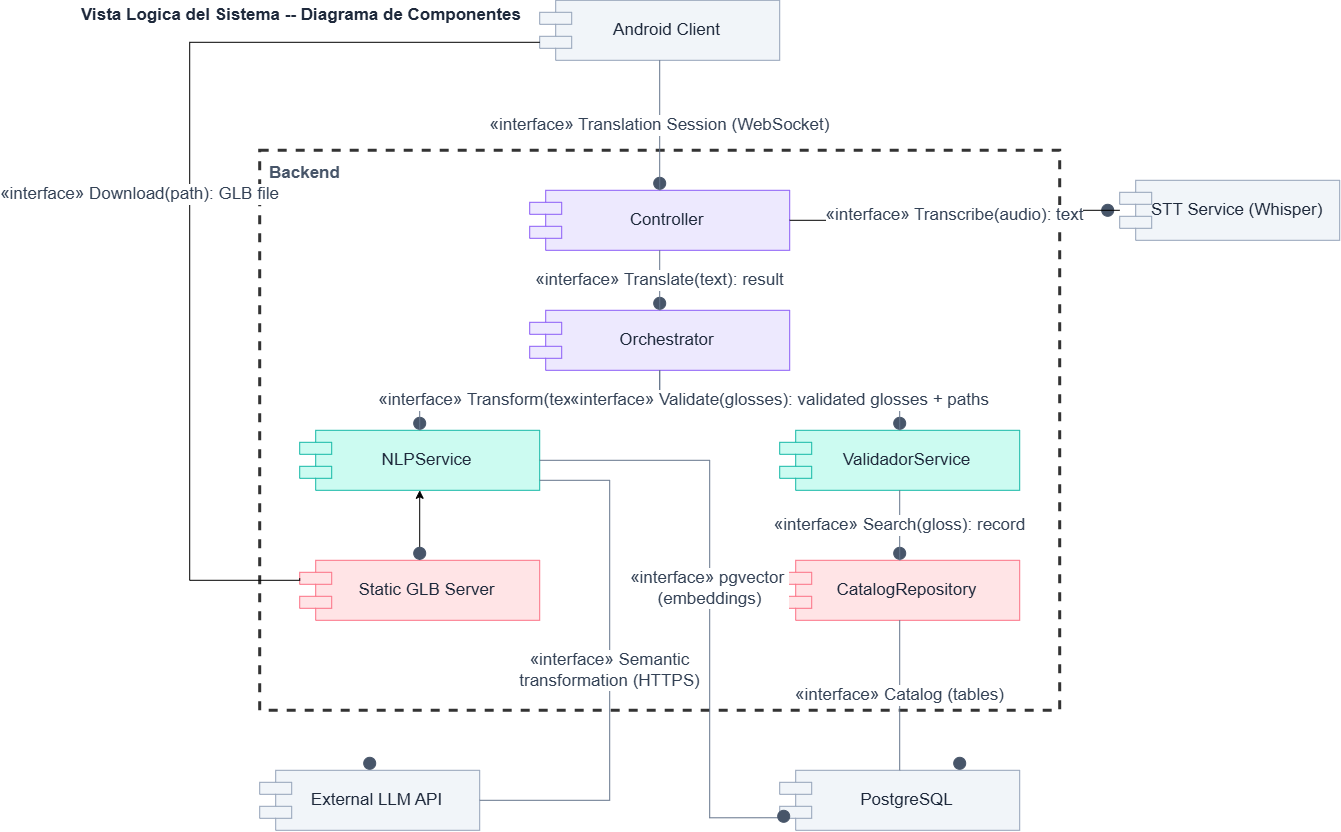
Earlier version of the draw.io export docs/diagrams/sdd-6.1-vista-logica-componentes.drawio.png (sign-ai-organization/signall-backend). Source tidied: cells renumbered, new cells last; positions are measured from the earlier drawing's top-left corner, leaving out a move shared by most shapes.
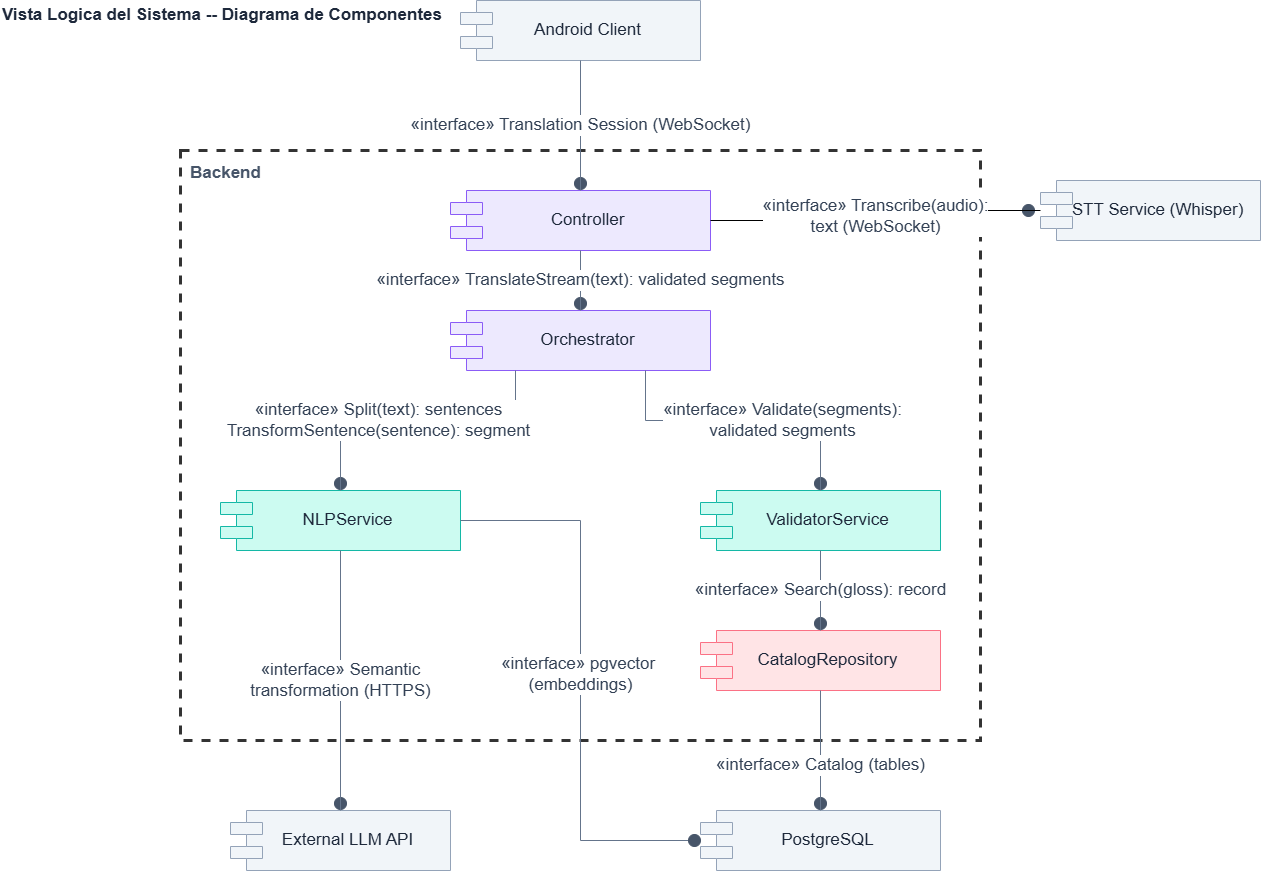
After the commit.

Diff of the diagram source:
```diff
@@ -6,7 +6,7 @@
       <mxGeometry width="700" height="30" as="geometry" />
     </mxCell>
     <mxCell id="3" value="&lt;font&gt;Backend&amp;nbsp;&lt;/font&gt;" style="rounded=0;whiteSpace=wrap;html=1;fillColor=none;strokeColor=#000000;dashed=1;verticalAlign=top;align=left;fontSize=17;fontStyle=1;fontColor=#475569;spacingLeft=8;spacingTop=6;strokeWidth=3;opacity=80;" parent="1" vertex="1">
-      <mxGeometry x="180" y="150" width="800" height="560" as="geometry" />
+      <mxGeometry x="180" y="150" width="800" height="590" as="geometry" />
     </mxCell>
     <mxCell id="4" value="&lt;font&gt;Android Client&lt;/font&gt;" style="rounded=0;whiteSpace=wrap;html=1;shape=component;align=center;verticalAlign=middle;spacingLeft=15;fontSize=17;fontColor=#1e293b;fillColor=#f1f5f9;strokeColor=#94a3b8;" parent="1" vertex="1">
       <mxGeometry x="460" width="240" height="60" as="geometry" />
@@ -15,10 +15,10 @@
       <mxGeometry x="1040" y="180" width="220" height="60" as="geometry" />
     </mxCell>
     <mxCell id="6" value="&lt;font&gt;External LLM API&lt;/font&gt;" style="rounded=0;whiteSpace=wrap;html=1;shape=component;align=center;verticalAlign=middle;spacingLeft=15;fontSize=17;fontColor=#1e293b;fillColor=#f1f5f9;strokeColor=#94a3b8;" parent="1" vertex="1">
-      <mxGeometry x="180" y="770" width="220" height="60" as="geometry" />
+      <mxGeometry x="230" y="810" width="220" height="60" as="geometry" />
     </mxCell>
     <mxCell id="7" value="&lt;font&gt;PostgreSQL&lt;/font&gt;" style="rounded=0;whiteSpace=wrap;html=1;shape=component;align=center;verticalAlign=middle;spacingLeft=15;fontSize=17;fontColor=#1e293b;fillColor=#f1f5f9;strokeColor=#94a3b8;" parent="1" vertex="1">
-      <mxGeometry x="700" y="770" width="240" height="60" as="geometry" />
+      <mxGeometry x="700" y="810" width="240" height="60" as="geometry" />
     </mxCell>
     <mxCell id="8" value="&lt;font&gt;Controller&lt;/font&gt;" style="rounded=0;whiteSpace=wrap;html=1;shape=component;align=center;verticalAlign=middle;spacingLeft=15;fontSize=17;fontColor=#1e293b;fillColor=#ede9fe;strokeColor=#8b5cf6;" parent="1" vertex="1">
       <mxGeometry x="450" y="190" width="260" height="60" as="geometry" />
@@ -27,19 +27,13 @@
       <mxGeometry x="450" y="310" width="260" height="60" as="geometry" />
     </mxCell>
     <mxCell id="10" value="&lt;font&gt;NLPService&lt;/font&gt;" style="rounded=0;whiteSpace=wrap;html=1;shape=component;align=center;verticalAlign=middle;spacingLeft=15;fontSize=17;fontColor=#1e293b;fillColor=#ccfbf1;strokeColor=#14b8a6;" parent="1" vertex="1">
-      <mxGeometry x="220" y="430" width="240" height="60" as="geometry" />
+      <mxGeometry x="220" y="490" width="240" height="60" as="geometry" />
     </mxCell>
-    <mxCell id="11" value="&lt;font&gt;ValidadorService&lt;/font&gt;" style="rounded=0;whiteSpace=wrap;html=1;shape=component;align=center;verticalAlign=middle;spacingLeft=15;fontSize=17;fontColor=#1e293b;fillColor=#ccfbf1;strokeColor=#14b8a6;" parent="1" vertex="1">
-      <mxGeometry x="700" y="430" width="240" height="60" as="geometry" />
+    <mxCell id="11" value="&lt;font&gt;ValidatorService&lt;/font&gt;" style="rounded=0;whiteSpace=wrap;html=1;shape=component;align=center;verticalAlign=middle;spacingLeft=15;fontSize=17;fontColor=#1e293b;fillColor=#ccfbf1;strokeColor=#14b8a6;" parent="1" vertex="1">
+      <mxGeometry x="700" y="490" width="240" height="60" as="geometry" />
     </mxCell>
-    <mxCell id="12" style="edgeStyle=orthogonalEdgeStyle;rounded=0;jettySize=auto;html=1;fontSize=17;" parent="1" edge="1" source="13" target="10">
-      <mxGeometry relative="1" as="geometry" />
-    </mxCell>
-    <mxCell id="13" value="&lt;font&gt;Static GLB Server&lt;/font&gt;" style="rounded=0;whiteSpace=wrap;html=1;shape=component;align=center;verticalAlign=middle;spacingLeft=15;fontSize=17;fontColor=#1e293b;fillColor=#ffe4e6;strokeColor=#fb7185;" parent="1" vertex="1">
-      <mxGeometry x="220" y="560" width="240" height="60" as="geometry" />
-    </mxCell>
     <mxCell id="14" value="&lt;font&gt;CatalogRepository&lt;/font&gt;" style="rounded=0;whiteSpace=wrap;html=1;shape=component;align=center;verticalAlign=middle;spacingLeft=15;fontSize=17;fontColor=#1e293b;fillColor=#ffe4e6;strokeColor=#fb7185;" parent="1" vertex="1">
-      <mxGeometry x="700" y="560" width="240" height="60" as="geometry" />
+      <mxGeometry x="700" y="630" width="240" height="60" as="geometry" />
     </mxCell>
     <mxCell id="15" style="ellipse;whiteSpace=wrap;html=1;fillColor=#475569;strokeColor=#475569;fontSize=17;" parent="1" vertex="1">
       <mxGeometry x="574" y="177" width="12" height="12" as="geometry" />
@@ -51,71 +45,68 @@
       <mxGeometry x="574" y="297" width="12" height="12" as="geometry" />
     </mxCell>
     <mxCell id="18" style="ellipse;whiteSpace=wrap;html=1;fillColor=#475569;strokeColor=#475569;fontSize=17;" parent="1" vertex="1">
-      <mxGeometry x="334" y="417" width="12" height="12" as="geometry" />
+      <mxGeometry x="334" y="477" width="12" height="12" as="geometry" />
     </mxCell>
     <mxCell id="19" style="ellipse;whiteSpace=wrap;html=1;fillColor=#475569;strokeColor=#475569;fontSize=17;" parent="1" vertex="1">
-      <mxGeometry x="814" y="417" width="12" height="12" as="geometry" />
+      <mxGeometry x="814" y="477" width="12" height="12" as="geometry" />
     </mxCell>
     <mxCell id="20" style="ellipse;whiteSpace=wrap;html=1;fillColor=#475569;strokeColor=#475569;fontSize=17;" parent="1" vertex="1">
-      <mxGeometry x="814" y="547" width="12" height="12" as="geometry" />
+      <mxGeometry x="814" y="617" width="12" height="12" as="geometry" />
     </mxCell>
-    <mxCell id="21" style="ellipse;whiteSpace=wrap;html=1;fillColor=#475569;strokeColor=#475569;fontSize=17;" parent="1" vertex="1">
-      <mxGeometry x="334" y="547" width="12" height="12" as="geometry" />
-    </mxCell>
     <mxCell id="22" style="ellipse;whiteSpace=wrap;html=1;fillColor=#475569;strokeColor=#475569;fontSize=17;" parent="1" vertex="1">
-      <mxGeometry x="874" y="757" width="12" height="12" as="geometry" />
+      <mxGeometry x="814" y="797" width="12" height="12" as="geometry" />
     </mxCell>
     <mxCell id="23" style="ellipse;whiteSpace=wrap;html=1;fillColor=#475569;strokeColor=#475569;fontSize=17;" parent="1" vertex="1">
-      <mxGeometry x="284" y="757" width="12" height="12" as="geometry" />
+      <mxGeometry x="334" y="797" width="12" height="12" as="geometry" />
     </mxCell>
     <mxCell id="24" value="&lt;font&gt;«interface» Translation Session (WebSocket)&lt;/font&gt;" style="edgeStyle=orthogonalEdgeStyle;rounded=0;html=1;endArrow=none;startArrow=none;strokeColor=#64748b;fontSize=17;fontColor=#334155;labelBackgroundColor=#ffffff;align=center;verticalAlign=middle;" parent="1" edge="1" source="8" target="4">
       <mxGeometry relative="1" as="geometry" />
     </mxCell>
-    <mxCell id="25" value="&lt;font&gt;«interface» Transcribe(audio): text&lt;/font&gt;" style="edgeStyle=orthogonalEdgeStyle;rounded=0;html=1;endArrow=none;startArrow=none;strokeColor=#000000;fontSize=17;fontColor=#334155;labelBackgroundColor=#ffffff;align=center;verticalAlign=middle;" parent="1" edge="1" source="5" target="8">
+    <mxCell id="25" value="«interface» Transcribe(audio):&lt;br&gt;text (WebSocket)" style="edgeStyle=orthogonalEdgeStyle;rounded=0;html=1;endArrow=none;startArrow=none;strokeColor=#000000;fontSize=17;fontColor=#334155;labelBackgroundColor=#ffffff;align=center;verticalAlign=middle;" parent="1" edge="1" source="5" target="8">
       <mxGeometry relative="1" as="geometry" />
     </mxCell>
-    <mxCell id="26" value="&lt;span&gt;«interface» Translate(text): result&lt;/span&gt;" style="edgeStyle=orthogonalEdgeStyle;rounded=0;html=1;endArrow=none;startArrow=none;strokeColor=#64748b;fontSize=17;fontColor=#334155;labelBackgroundColor=#ffffff;align=center;verticalAlign=middle;" parent="1" edge="1" source="9" target="8">
+    <mxCell id="26" value="«interface» TranslateStream(text): validated segments" style="edgeStyle=orthogonalEdgeStyle;rounded=0;html=1;endArrow=none;startArrow=none;strokeColor=#64748b;fontSize=17;fontColor=#334155;labelBackgroundColor=#ffffff;align=center;verticalAlign=middle;" parent="1" edge="1" source="9" target="8">
       <mxGeometry relative="1" as="geometry" />
     </mxCell>
-    <mxCell id="27" value="&lt;span&gt;«interface» Transform(text): glosses + type&lt;/span&gt;" style="edgeStyle=orthogonalEdgeStyle;rounded=0;html=1;endArrow=none;startArrow=none;strokeColor=#64748b;fontSize=17;fontColor=#334155;labelBackgroundColor=#ffffff;align=center;verticalAlign=middle;" parent="1" edge="1" source="10" target="9">
-      <mxGeometry relative="1" as="geometry" />
+    <mxCell id="27" value="«interface» Split(text): sentences&lt;br&gt;TransformSentence(sentence): segment" style="edgeStyle=orthogonalEdgeStyle;rounded=0;html=1;endArrow=none;startArrow=none;strokeColor=#64748b;fontSize=17;fontColor=#334155;labelBackgroundColor=#ffffff;align=center;verticalAlign=middle;exitX=0.5;exitY=0;exitDx=0;exitDy=0;entryX=0.25;entryY=1;entryDx=0;entryDy=0;" parent="1" edge="1" source="10" target="9">
+      <mxGeometry relative="1" as="geometry">
+        <Array as="points">
+          <mxPoint x="340" y="420" />
+          <mxPoint x="515" y="420" />
+        </Array>
+        <mxPoint x="-40" as="offset" />
+      </mxGeometry>
     </mxCell>
-    <mxCell id="28" value="&lt;span&gt;«interface» Validate(glosses): validated glosses + paths&lt;/span&gt;" style="edgeStyle=orthogonalEdgeStyle;rounded=0;html=1;endArrow=none;startArrow=none;strokeColor=#64748b;fontSize=17;fontColor=#334155;labelBackgroundColor=#ffffff;align=center;verticalAlign=middle;" parent="1" edge="1" source="11" target="9">
-      <mxGeometry relative="1" as="geometry" />
+    <mxCell id="28" value="«interface» Validate(segments):&lt;br&gt;validated segments" style="edgeStyle=orthogonalEdgeStyle;rounded=0;html=1;endArrow=none;startArrow=none;strokeColor=#64748b;fontSize=17;fontColor=#334155;labelBackgroundColor=#ffffff;align=center;verticalAlign=middle;exitX=0.5;exitY=0;exitDx=0;exitDy=0;entryX=0.75;entryY=1;entryDx=0;entryDy=0;" parent="1" edge="1" source="11" target="9">
+      <mxGeometry relative="1" as="geometry">
+        <Array as="points">
+          <mxPoint x="820" y="420" />
+          <mxPoint x="645" y="420" />
+        </Array>
+        <mxPoint x="40" as="offset" />
+      </mxGeometry>
     </mxCell>
-    <mxCell id="29" value="&lt;span&gt;«interface» Search(gloss): record&lt;/span&gt;" style="edgeStyle=orthogonalEdgeStyle;rounded=0;html=1;endArrow=none;startArrow=none;strokeColor=#64748b;fontSize=17;fontColor=#334155;labelBackgroundColor=#ffffff;align=center;verticalAlign=middle;" parent="1" edge="1" source="14" target="11">
-      <mxGeometry x="0.01" relative="1" as="geometry" />
+    <mxCell id="29" value="&lt;span&gt;«interface» Search(gloss): record&lt;/span&gt;" style="edgeStyle=orthogonalEdgeStyle;rounded=0;html=1;endArrow=none;startArrow=none;strokeColor=#64748b;fontSize=17;fontColor=#334155;labelBackgroundColor=#ffffff;align=center;verticalAlign=middle;exitX=0.5;exitY=0;exitDx=0;exitDy=0;entryX=0.5;entryY=1;entryDx=0;entryDy=0;" parent="1" edge="1" source="14" target="11">
+      <mxGeometry relative="1" as="geometry" />
     </mxCell>
-    <mxCell id="30" value="&lt;span&gt;«interface» Download(path): GLB file&lt;/span&gt;" style="edgeStyle=orthogonalEdgeStyle;rounded=0;html=1;endArrow=none;startArrow=none;strokeColor=#000000;fontSize=17;fontColor=#334155;labelBackgroundColor=#ffffff;align=center;verticalAlign=middle;entryX=0;entryY=0.7;entryDx=0;entryDy=0;exitX=0;exitY=0.3;exitDx=0;exitDy=0;" parent="1" edge="1" source="13" target="4">
-      <mxGeometry x="-0.01" y="50" relative="1" as="geometry">
-        <Array as="points">
-          <mxPoint x="220" y="580" />
-          <mxPoint x="110" y="580" />
-          <mxPoint x="110" y="42" />
-        </Array>
-      </mxGeometry>
-    </mxCell>
-    <mxCell id="31" value="&lt;span&gt;«interface» Catalog (tables)&lt;/span&gt;" style="edgeStyle=orthogonalEdgeStyle;rounded=0;html=1;endArrow=none;startArrow=none;strokeColor=#64748b;fontSize=17;fontColor=#334155;labelBackgroundColor=#ffffff;align=center;verticalAlign=middle;" parent="1" edge="1" source="7" target="14">
-      <mxGeometry relative="1" as="geometry" />
+    <mxCell id="31" value="&lt;span&gt;«interface» Catalog (tables)&lt;/span&gt;" style="edgeStyle=orthogonalEdgeStyle;rounded=0;html=1;endArrow=none;startArrow=none;strokeColor=#64748b;fontSize=17;fontColor=#334155;labelBackgroundColor=#ffffff;align=center;verticalAlign=middle;exitX=0.5;exitY=0;exitDx=0;exitDy=0;entryX=0.5;entryY=1;entryDx=0;entryDy=0;" parent="1" edge="1" source="7" target="14">
+      <mxGeometry relative="1" as="geometry">
+        <mxPoint y="15" as="offset" />
+      </mxGeometry>
     </mxCell>
-    <mxCell id="32" value="&lt;span&gt;«interface» pgvector&amp;nbsp;&lt;/span&gt;&lt;div&gt;&lt;span&gt;(embeddings)&lt;/span&gt;&lt;/div&gt;" style="edgeStyle=orthogonalEdgeStyle;rounded=0;html=1;endArrow=none;startArrow=none;strokeColor=#64748b;fontSize=17;fontColor=#334155;labelBackgroundColor=#ffffff;align=center;verticalAlign=middle;exitX=0;exitY=0.7;entryX=1;entryY=0.5;entryDx=0;entryDy=0;exitDx=0;exitDy=0;" parent="1" edge="1" source="34" target="10">
+    <mxCell id="32" value="&lt;span&gt;«interface» pgvector&amp;nbsp;&lt;/span&gt;&lt;div&gt;&lt;span&gt;(embeddings)&lt;/span&gt;&lt;/div&gt;" style="edgeStyle=orthogonalEdgeStyle;rounded=0;html=1;endArrow=none;startArrow=none;strokeColor=#64748b;fontSize=17;fontColor=#334155;labelBackgroundColor=#ffffff;align=center;verticalAlign=middle;exitX=0;exitY=0.5;exitDx=0;exitDy=0;entryX=1;entryY=0.5;entryDx=0;entryDy=0;" parent="1" edge="1" source="34" target="10">
       <mxGeometry relative="1" as="geometry">
         <Array as="points">
-          <mxPoint x="630" y="817.5" />
-          <mxPoint x="630" y="460" />
+          <mxPoint x="580" y="840" />
+          <mxPoint x="580" y="520" />
         </Array>
       </mxGeometry>
     </mxCell>
-    <mxCell id="33" value="&lt;span&gt;«interface» Semantic&lt;/span&gt;&lt;div&gt;&lt;span&gt;transformation (HTTPS)&lt;/span&gt;&lt;/div&gt;" style="edgeStyle=orthogonalEdgeStyle;rounded=0;html=1;endArrow=none;startArrow=none;strokeColor=#64748b;fontSize=17;fontColor=#334155;labelBackgroundColor=#ffffff;align=center;verticalAlign=middle;" parent="1" edge="1" source="6" target="10">
-      <mxGeometry relative="1" as="geometry">
-        <Array as="points">
-          <mxPoint x="530" y="800" />
-          <mxPoint x="530" y="480" />
-        </Array>
-      </mxGeometry>
+    <mxCell id="33" value="&lt;span&gt;«interface» Semantic&lt;/span&gt;&lt;div&gt;&lt;span&gt;transformation (HTTPS)&lt;/span&gt;&lt;/div&gt;" style="edgeStyle=orthogonalEdgeStyle;rounded=0;html=1;endArrow=none;startArrow=none;strokeColor=#64748b;fontSize=17;fontColor=#334155;labelBackgroundColor=#ffffff;align=center;verticalAlign=middle;exitX=0.5;exitY=0;exitDx=0;exitDy=0;entryX=0.5;entryY=1;entryDx=0;entryDy=0;" parent="1" edge="1" source="6" target="10">
+      <mxGeometry relative="1" as="geometry" />
     </mxCell>
     <mxCell id="34" style="ellipse;whiteSpace=wrap;html=1;fillColor=#475569;strokeColor=#475569;fontSize=17;" parent="1" vertex="1">
-      <mxGeometry x="698" y="810" width="12" height="12" as="geometry" />
+      <mxGeometry x="688" y="834" width="12" height="12" as="geometry" />
     </mxCell>
   </root>
 </mxGraphModel>
```
